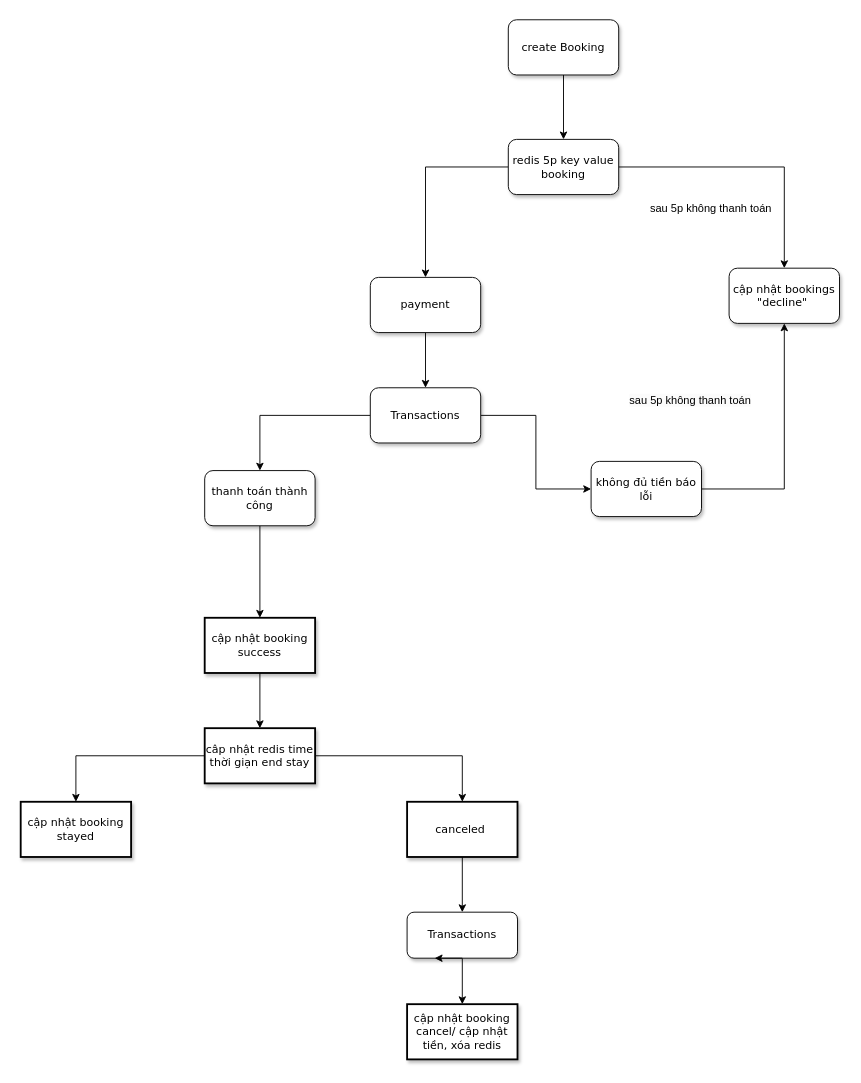
tuan-dd/game keeps this draw.io diagram as Untitled Diagram.drawio. Above is the earlier version. Source tidied: cells renumbered, new cells numbered last; positions are measured from the earlier drawing's top-left corner, leaving out a move shared by most shapes. Both pictures are drawn from the tidied source at 92%, with x=0, y=0 at pixel (20, 19).
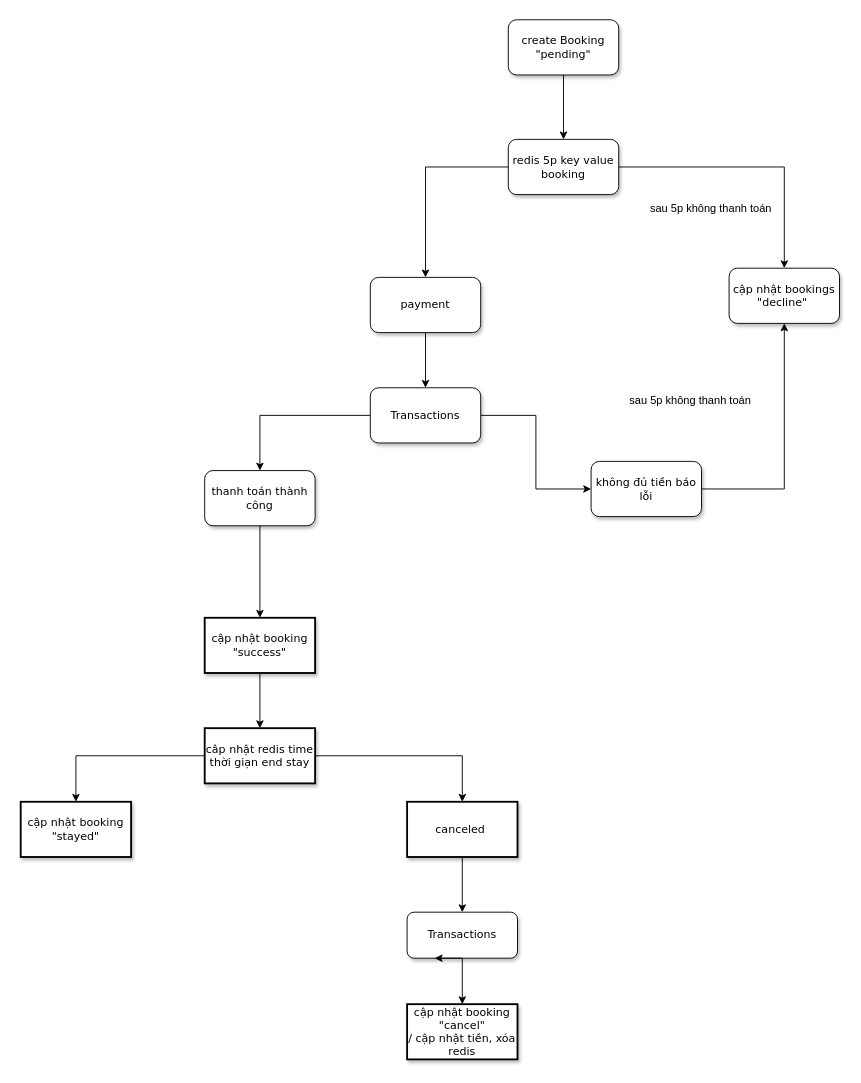
Above is the later version.

What changed in the source:
```diff
@@
-    <mxCell id="3" value="create Booking" style="whiteSpace=wrap;html=1;rounded=1;shadow=1;labelBackgroundColor=none;strokeWidth=1;fontFamily=Verdana;fontSize=12;align=center;" parent="1" vertex="1">
+    <mxCell id="3" value="create Booking&lt;br&gt;&quot;pending&quot;" style="whiteSpace=wrap;html=1;rounded=1;shadow=1;labelBackgroundColor=none;strokeWidth=1;fontFamily=Verdana;fontSize=12;align=center;" parent="1" vertex="1">
       <mxGeometry x="530" width="120" height="60" as="geometry" />
     </mxCell>
@@
-    <mxCell id="16" value="cập nhật booking success" style="whiteSpace=wrap;html=1;rounded=0;shadow=1;labelBackgroundColor=none;strokeWidth=2;fontFamily=Verdana;fontSize=12;align=center;" parent="1" vertex="1">
+    <mxCell id="16" value="cập nhật booking &quot;success&quot;" style="whiteSpace=wrap;html=1;rounded=0;shadow=1;labelBackgroundColor=none;strokeWidth=2;fontFamily=Verdana;fontSize=12;align=center;" parent="1" vertex="1">
       <mxGeometry x="200" y="650" width="120" height="60" as="geometry" />
     </mxCell>
@@
-    <mxCell id="26" value="cập nhật booking cancel/ cập nhật tiền, xóa redis" style="whiteSpace=wrap;html=1;rounded=0;shadow=1;labelBackgroundColor=none;strokeWidth=2;fontFamily=Verdana;fontSize=12;align=center;" parent="1" vertex="1">
+    <mxCell id="26" value="cập nhật booking &quot;cancel&quot;&lt;br&gt;/ cập nhật tiền, xóa redis" style="whiteSpace=wrap;html=1;rounded=0;shadow=1;labelBackgroundColor=none;strokeWidth=2;fontFamily=Verdana;fontSize=12;align=center;" parent="1" vertex="1">
       <mxGeometry x="420" y="1070" width="120" height="60" as="geometry" />
     </mxCell>
@@
-    <mxCell id="29" value="cập nhật booking stayed" style="whiteSpace=wrap;html=1;rounded=0;shadow=1;labelBackgroundColor=none;strokeWidth=2;fontFamily=Verdana;fontSize=12;align=center;" parent="1" vertex="1">
+    <mxCell id="29" value="cập nhật booking &quot;stayed&quot;" style="whiteSpace=wrap;html=1;rounded=0;shadow=1;labelBackgroundColor=none;strokeWidth=2;fontFamily=Verdana;fontSize=12;align=center;" parent="1" vertex="1">
       <mxGeometry y="850" width="120" height="60" as="geometry" />
     </mxCell>
```
